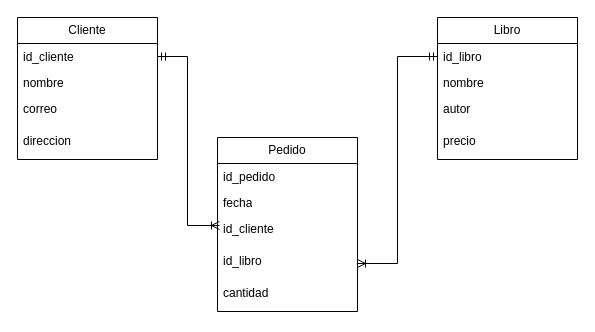
The draw.io diagram actividad_2-1.drawio in CiscoFsociety23/diagramas, before the edit. Source tidied: cells renumbered, new cells numbered last; positions are measured from the earlier drawing's top-left corner, leaving out a move shared by most shapes. Both pictures are drawn from the tidied source at 100%, with x=0, y=0 at pixel (17, 17).
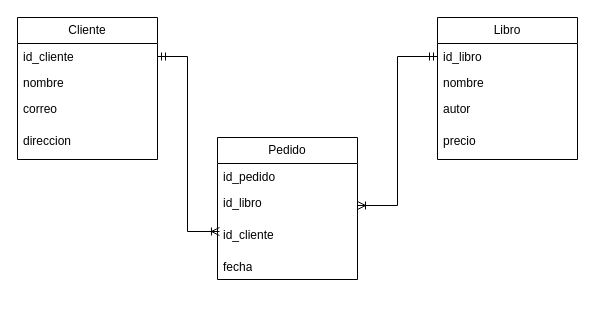
The same diagram, later.

The edit, as a diff of the source:
```diff
@@
 <mxGraphModel>
   <root>
     <mxCell id="0" />
     <mxCell id="1" parent="0" />
     <mxCell id="2" value="Cliente" style="swimlane;fontStyle=0;horizontal=1;startSize=26;fillColor=none;whiteSpace=wrap;html=1;" parent="1" vertex="1">
       <mxGeometry width="140" height="142" as="geometry" />
     </mxCell>
     <mxCell id="3" value="id_cliente" style="text;strokeColor=none;fillColor=none;align=left;verticalAlign=top;spacingLeft=4;spacingRight=4;overflow=hidden;points=[[0,0.5],[1,0.5]];portConstraint=eastwest;whiteSpace=wrap;html=1;" parent="2" vertex="1">
       <mxGeometry y="26" width="140" height="26" as="geometry" />
     </mxCell>
     <mxCell id="4" value="nombre" style="text;strokeColor=none;fillColor=none;align=left;verticalAlign=top;spacingLeft=4;spacingRight=4;overflow=hidden;whiteSpace=wrap;html=1;" parent="2" vertex="1">
       <mxGeometry y="52" width="140" height="26" as="geometry" />
     </mxCell>
     <mxCell id="5" value="&lt;div&gt;correo&lt;/div&gt;" style="text;strokeColor=none;fillColor=none;align=left;verticalAlign=top;spacingLeft=4;spacingRight=4;overflow=hidden;whiteSpace=wrap;html=1;" parent="2" vertex="1">
       <mxGeometry y="78" width="140" height="32" as="geometry" />
     </mxCell>
     <mxCell id="6" value="direccion" style="text;strokeColor=none;fillColor=none;align=left;verticalAlign=top;spacingLeft=4;spacingRight=4;overflow=hidden;whiteSpace=wrap;html=1;" parent="2" vertex="1">
       <mxGeometry y="110" width="140" height="32" as="geometry" />
     </mxCell>
     <mxCell id="7" value="Libro" style="swimlane;fontStyle=0;horizontal=1;startSize=26;fillColor=none;whiteSpace=wrap;html=1;" parent="1" vertex="1">
       <mxGeometry x="420" width="140" height="142" as="geometry" />
     </mxCell>
     <mxCell id="8" value="id_libro" style="text;strokeColor=none;fillColor=none;align=left;verticalAlign=top;spacingLeft=4;spacingRight=4;overflow=hidden;points=[[0,0.5],[1,0.5]];portConstraint=eastwest;whiteSpace=wrap;html=1;" parent="7" vertex="1">
       <mxGeometry y="26" width="140" height="26" as="geometry" />
     </mxCell>
     <mxCell id="9" value="nombre" style="text;strokeColor=none;fillColor=none;align=left;verticalAlign=top;spacingLeft=4;spacingRight=4;overflow=hidden;whiteSpace=wrap;html=1;" parent="7" vertex="1">
       <mxGeometry y="52" width="140" height="26" as="geometry" />
     </mxCell>
     <mxCell id="10" value="autor" style="text;strokeColor=none;fillColor=none;align=left;verticalAlign=top;spacingLeft=4;spacingRight=4;overflow=hidden;whiteSpace=wrap;html=1;" parent="7" vertex="1">
       <mxGeometry y="78" width="140" height="32" as="geometry" />
     </mxCell>
     <mxCell id="11" value="precio" style="text;strokeColor=none;fillColor=none;align=left;verticalAlign=top;spacingLeft=4;spacingRight=4;overflow=hidden;whiteSpace=wrap;html=1;" parent="7" vertex="1">
       <mxGeometry y="110" width="140" height="32" as="geometry" />
     </mxCell>
     <mxCell id="12" value="Pedido" style="swimlane;fontStyle=0;horizontal=1;startSize=26;fillColor=none;whiteSpace=wrap;html=1;" parent="1" vertex="1">
-      <mxGeometry x="200" y="120" width="140" height="174" as="geometry" />
+      <mxGeometry x="200" y="120" width="140" height="142" as="geometry" />
     </mxCell>
     <mxCell id="13" value="id_pedido" style="text;strokeColor=none;fillColor=none;align=left;verticalAlign=top;spacingLeft=4;spacingRight=4;overflow=hidden;whiteSpace=wrap;html=1;" parent="12" vertex="1">
       <mxGeometry y="26" width="140" height="26" as="geometry" />
     </mxCell>
+    <mxCell id="16" value="id_libro" style="text;strokeColor=none;fillColor=none;align=left;verticalAlign=top;spacingLeft=4;spacingRight=4;overflow=hidden;points=[[0,0.5],[1,0.5]];portConstraint=eastwest;whiteSpace=wrap;html=1;" parent="12" vertex="1">
+      <mxGeometry y="52" width="140" height="32" as="geometry" />
+    </mxCell>
+    <mxCell id="15" value="id_cliente" style="text;strokeColor=none;fillColor=none;align=left;verticalAlign=top;spacingLeft=4;spacingRight=4;overflow=hidden;points=[[0,0.5],[1,0.5]];portConstraint=eastwest;whiteSpace=wrap;html=1;" parent="12" vertex="1">
+      <mxGeometry y="84" width="140" height="32" as="geometry" />
+    </mxCell>
     <mxCell id="14" value="fecha" style="text;strokeColor=none;fillColor=none;align=left;verticalAlign=top;spacingLeft=4;spacingRight=4;overflow=hidden;whiteSpace=wrap;html=1;" parent="12" vertex="1">
-      <mxGeometry y="52" width="140" height="26" as="geometry" />
+      <mxGeometry y="116" width="140" height="26" as="geometry" />
     </mxCell>
-    <mxCell id="15" value="id_cliente" style="text;strokeColor=none;fillColor=none;align=left;verticalAlign=top;spacingLeft=4;spacingRight=4;overflow=hidden;points=[[0,0.5],[1,0.5]];portConstraint=eastwest;whiteSpace=wrap;html=1;" parent="12" vertex="1">
-      <mxGeometry y="78" width="140" height="32" as="geometry" />
-    </mxCell>
-    <mxCell id="16" value="id_libro" style="text;strokeColor=none;fillColor=none;align=left;verticalAlign=top;spacingLeft=4;spacingRight=4;overflow=hidden;points=[[0,0.5],[1,0.5]];portConstraint=eastwest;whiteSpace=wrap;html=1;" parent="12" vertex="1">
-      <mxGeometry y="110" width="140" height="32" as="geometry" />
-    </mxCell>
-    <mxCell id="17" value="cantidad" style="text;strokeColor=none;fillColor=none;align=left;verticalAlign=top;spacingLeft=4;spacingRight=4;overflow=hidden;whiteSpace=wrap;html=1;" parent="12" vertex="1">
-      <mxGeometry y="142" width="140" height="32" as="geometry" />
-    </mxCell>
     <mxCell id="18" style="edgeStyle=orthogonalEdgeStyle;rounded=0;jettySize=auto;html=1;entryX=0.014;entryY=0.313;entryDx=0;entryDy=0;entryPerimeter=0;exitX=1;exitY=0.5;exitDx=0;exitDy=0;endArrow=ERoneToMany;endFill=0;startArrow=ERmandOne;startFill=0;" parent="1" edge="1" source="3" target="15">
       <mxGeometry relative="1" as="geometry" />
     </mxCell>
     <mxCell id="19" style="edgeStyle=orthogonalEdgeStyle;rounded=0;jettySize=auto;html=1;entryX=1;entryY=0.5;entryDx=0;entryDy=0;exitX=0;exitY=0.5;exitDx=0;exitDy=0;endArrow=ERoneToMany;endFill=0;startArrow=ERmandOne;startFill=0;" parent="1" edge="1" source="8" target="16">
       <mxGeometry relative="1" as="geometry" />
     </mxCell>
   </root>
 </mxGraphModel>
```
